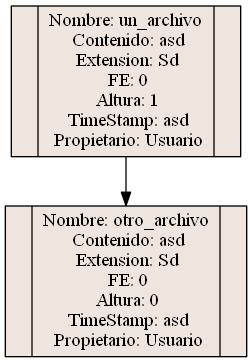
The Graphviz diagram Proyecto2/Avl.png in Eduardo01004/EDD_2S2019_PY2_201612124, before a commit. Its source is kept beside it as Proyecto2/Avl.dot.
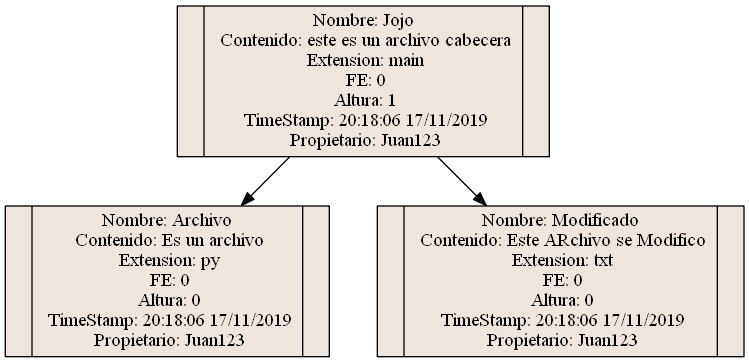
The same file after the commit.

What changed in the source:
```diff
@@ -4,7 +4,9 @@
 
 node [shape=record, style=filled,fillcolor=seashell2,width=0.7,height=0.2];
 
-otro_archivo[label="<C0>|Nombre: otro_archivo&#92;n Contenido: asd&#92;n Extension: Sd&#92;n FE: 0&#92;n Altura: 0&#92;n TimeStamp: asd&#92;n Propietario: Usuario|<C1>"];
-un_archivo[label="<C0>|Nombre: un_archivo&#92;n Contenido: asd&#92;n Extension: Sd&#92;n FE: 0&#92;n Altura: 1&#92;n TimeStamp: asd&#92;n Propietario: Usuario|<C1>"];
-un_archivo->otro_archivo
+Archivo[label="<C0>|Nombre: Archivo&#92;n Contenido: Es un archivo&#92;n Extension: py&#92;n FE: 0&#92;n Altura: 0&#92;n TimeStamp: 20:18:06 17/11/2019&#92;n Propietario: Juan123|<C1>"];
+Jojo[label="<C0>|Nombre: Jojo&#92;n Contenido: este es un archivo cabecera&#92;n Extension: main&#92;n FE: 0&#92;n Altura: 1&#92;n TimeStamp: 20:18:06 17/11/2019&#92;n Propietario: Juan123|<C1>"];
+Jojo->Modificado
+Jojo->Archivo
+Modificado[label="<C0>|Nombre: Modificado&#92;n Contenido: Este ARchivo se Modifico&#92;n Extension: txt&#92;n FE: 0&#92;n Altura: 0&#92;n TimeStamp: 20:18:06 17/11/2019&#92;n Propietario: Juan123|<C1>"];
 }
```
